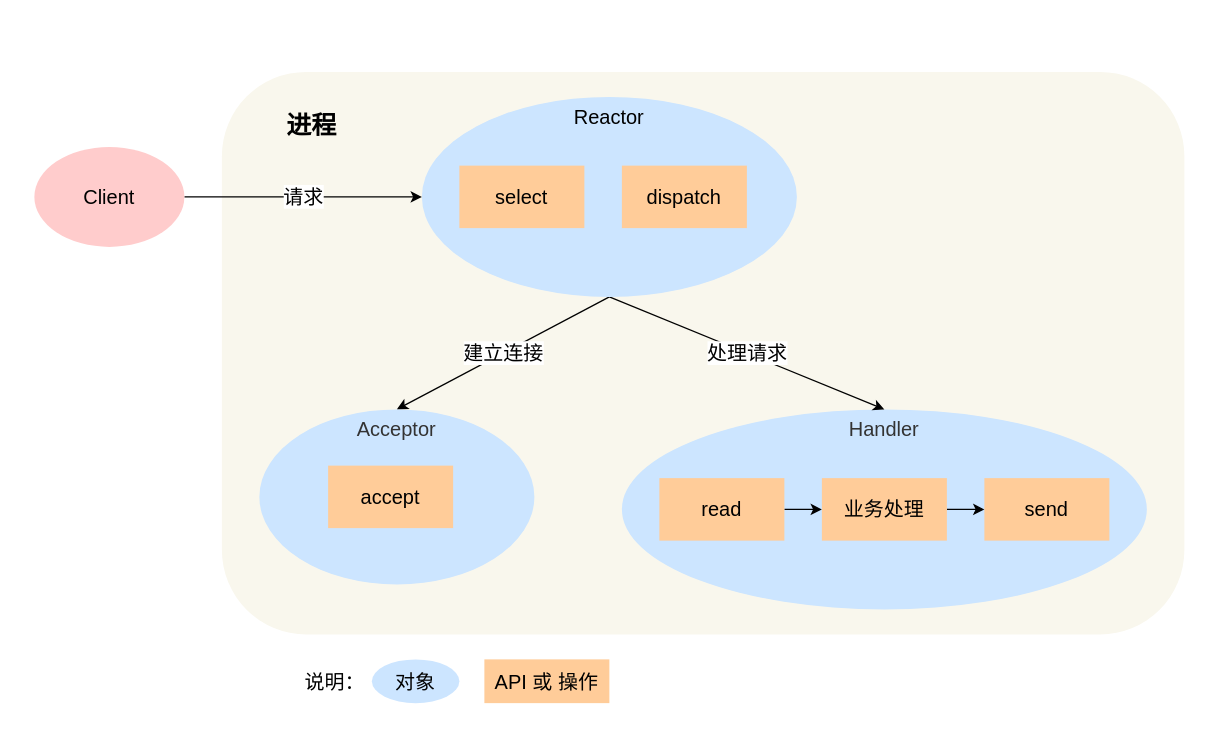
Before: 操作系统/Reactor/单Reactor单进程.drawio in xiaolincoder/ImageHost4, a draw.io diagram. Source tidied: cells renumbered, new cells numbered last; positions are measured from the earlier drawing's top-left corner, leaving out a move shared by most shapes. Both pictures are drawn from the tidied source at 125%, with x=0, y=0 at pixel (34, 71).
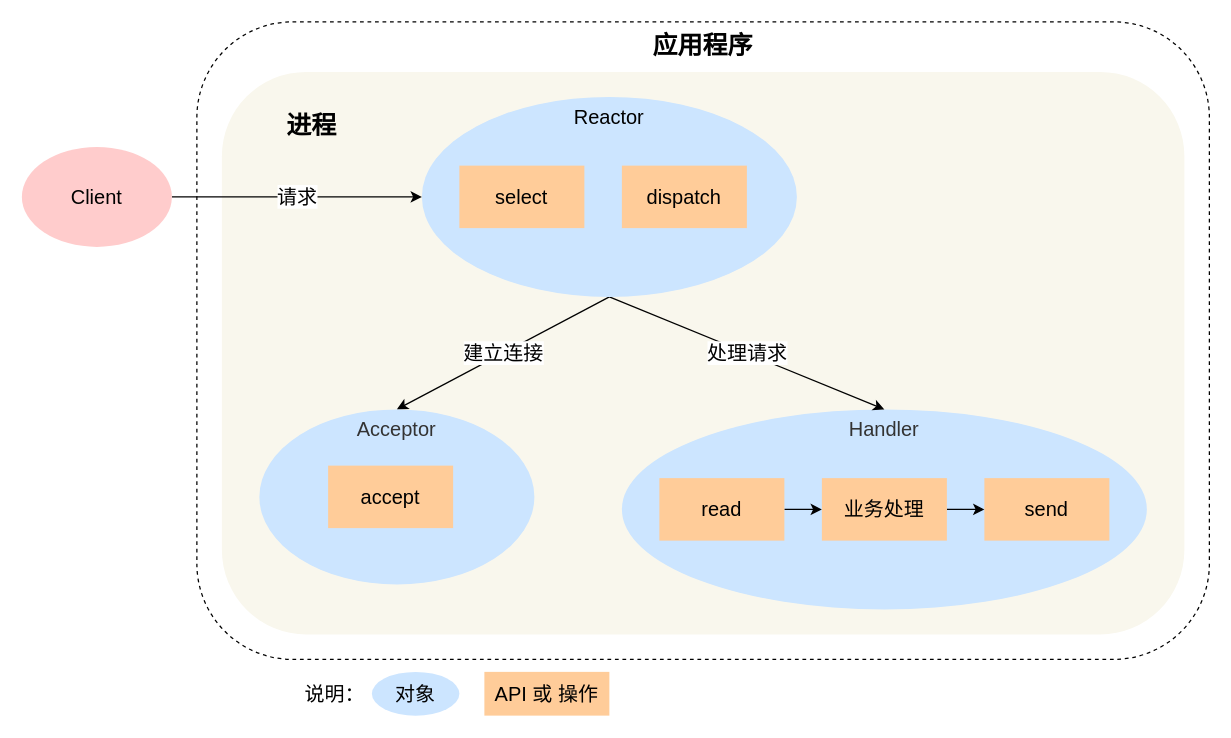
The same page after the edit.

Commit message (it also covers changes not shown here):
更新单Reactor单进程.drawio

The edit, as a diff of the source:
```diff
@@
+    <mxCell id="21" value="&lt;font style=&quot;font-size: 20px&quot;&gt;&lt;b&gt;应用程序&lt;/b&gt;&lt;/font&gt;" style="rounded=1;whiteSpace=wrap;html=1;labelBackgroundColor=none;fontSize=19;align=center;horizontal=1;verticalAlign=top;dashed=1;" parent="1" vertex="1">
+      <mxGeometry x="130" y="-40" width="810" height="510" as="geometry" />
+    </mxCell>
@@
     <mxCell id="17" value="Client" style="ellipse;whiteSpace=wrap;html=1;fontSize=16;fillColor=#ffcccc;strokeColor=none;" parent="1" vertex="1">
-      <mxGeometry y="60" width="120" height="80" as="geometry" />
+      <mxGeometry x="-10" y="60" width="120" height="80" as="geometry" />
     </mxCell>
     <mxCell id="18" value="说明：" style="text;html=1;align=center;verticalAlign=middle;fontSize=16;fontColor=#000000;" parent="1" vertex="1">
-      <mxGeometry x="210" y="477.5" width="60" height="20" as="geometry" />
+      <mxGeometry x="210" y="487.5" width="60" height="20" as="geometry" />
     </mxCell>
     <mxCell id="19" value="对象" style="ellipse;whiteSpace=wrap;html=1;labelBackgroundColor=none;fontSize=16;align=center;fillColor=#cce5ff;strokeColor=none;" parent="1" vertex="1">
-      <mxGeometry x="270" y="470" width="70" height="35" as="geometry" />
+      <mxGeometry x="270" y="480" width="70" height="35" as="geometry" />
     </mxCell>
     <mxCell id="20" value="API 或 操作" style="rounded=0;whiteSpace=wrap;html=1;fontSize=16;fillColor=#ffcc99;strokeColor=none;fontStyle=0;" parent="1" vertex="1">
-      <mxGeometry x="360" y="470" width="100" height="35" as="geometry" />
+      <mxGeometry x="360" y="480" width="100" height="35" as="geometry" />
     </mxCell>
```
